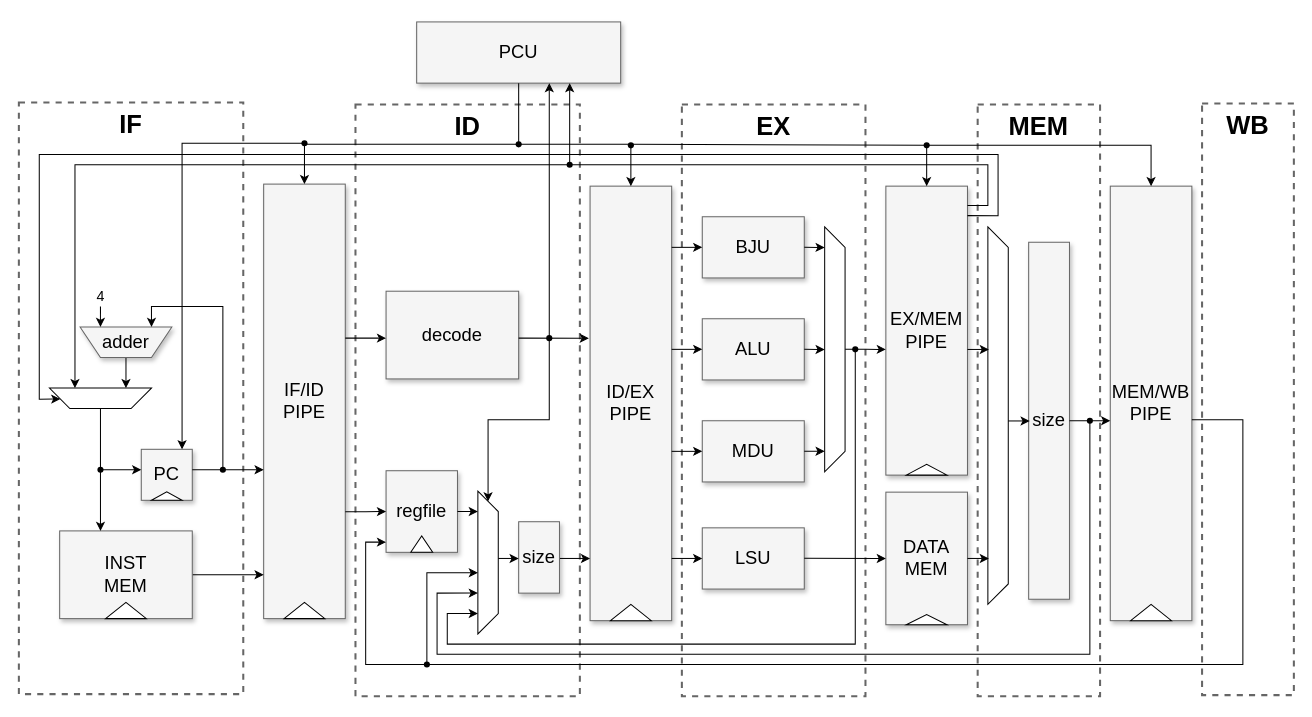
chms7/k423 keeps this draw.io diagram as doc/.assets/k423.drawio. Above is the earlier version. Source tidied: cells renumbered, new cells numbered last; positions are measured from the earlier drawing's top-left corner, leaving out a move shared by most shapes. Both pictures are drawn from the tidied source at 102%, with x=0, y=0 at pixel (18, 21).
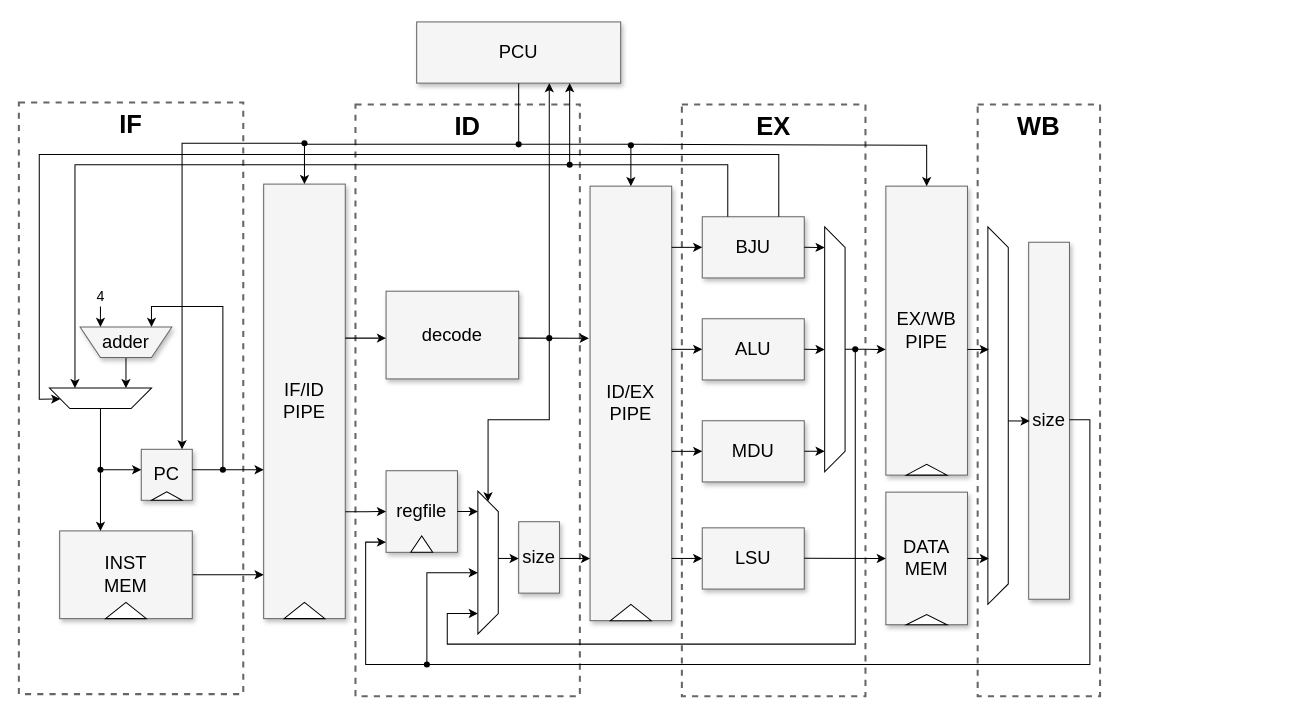
After the change.

Unchanged cells that the change refers to:
```xml
<mxCell id="22" style="shape=trapezoid;perimeter=trapezoidPerimeter;whiteSpace=wrap;html=1;fixedSize=1;fontSize=12;fillColor=default;strokeColor=default;shadow=0;direction=west;" parent="1" vertex="1">
  <mxGeometry x="30" y="359" width="100" height="20" as="geometry" />
</mxCell>
<mxCell id="35" style="shape=trapezoid;perimeter=trapezoidPerimeter;whiteSpace=wrap;html=1;fixedSize=1;fontSize=12;fillColor=default;strokeColor=default;shadow=0;direction=south;" parent="1" vertex="1">
  <mxGeometry x="450" y="460" width="20" height="140" as="geometry" />
</mxCell>
<mxCell id="39" value="BJU" style="whiteSpace=wrap;html=1;shadow=1;fontSize=18;fillColor=#f5f5f5;strokeColor=#666666;" parent="1" vertex="1">
  <mxGeometry x="670" y="191" width="100" height="60" as="geometry" />
</mxCell>
<mxCell id="52" style="group;" parent="1" vertex="1">
  <mxGeometry x="850" y="161" width="80" height="283.3" as="geometry" />
</mxCell>
<mxCell id="66" value="size" style="whiteSpace=wrap;html=1;shadow=1;fontSize=18;fillColor=#f5f5f5;strokeColor=#666666;" parent="1" vertex="1">
  <mxGeometry x="990" y="216" width="40" height="350" as="geometry" />
</mxCell>
```

What changed in the source:
```diff
@@
-    <mxCell id="2" value="&lt;b style=&quot;font-size: 25px;&quot;&gt;WB&lt;br&gt;&lt;br&gt;&lt;br&gt;&lt;br&gt;&lt;br&gt;&lt;br&gt;&lt;br&gt;&lt;br&gt;&lt;br&gt;&lt;br&gt;&lt;br&gt;&lt;br&gt;&lt;br&gt;&lt;br&gt;&lt;br&gt;&lt;br&gt;&lt;br&gt;&lt;br&gt;&lt;br&gt;&lt;/b&gt;" style="whiteSpace=wrap;html=1;shadow=0;fontSize=20;fillColor=none;strokeColor=#666666;strokeWidth=2;dashed=1;" parent="1" vertex="1">
-      <mxGeometry x="1160" y="80" width="90" height="580" as="geometry" />
-    </mxCell>
-    <mxCell id="3" value="&lt;b style=&quot;font-size: 25px;&quot;&gt;MEM&lt;br&gt;&lt;br&gt;&lt;br&gt;&lt;br&gt;&lt;br&gt;&lt;br&gt;&lt;br&gt;&lt;br&gt;&lt;br&gt;&lt;br&gt;&lt;br&gt;&lt;br&gt;&lt;br&gt;&lt;br&gt;&lt;br&gt;&lt;br&gt;&lt;br&gt;&lt;br&gt;&lt;br&gt;&lt;/b&gt;" style="whiteSpace=wrap;html=1;shadow=0;fontSize=20;fillColor=none;strokeColor=#666666;strokeWidth=2;dashed=1;" parent="1" vertex="1">
+    <mxCell id="3" value="&lt;b style=&quot;font-size: 25px;&quot;&gt;WB&lt;br&gt;&lt;br&gt;&lt;br&gt;&lt;br&gt;&lt;br&gt;&lt;br&gt;&lt;br&gt;&lt;br&gt;&lt;br&gt;&lt;br&gt;&lt;br&gt;&lt;br&gt;&lt;br&gt;&lt;br&gt;&lt;br&gt;&lt;br&gt;&lt;br&gt;&lt;br&gt;&lt;br&gt;&lt;/b&gt;" style="whiteSpace=wrap;html=1;shadow=0;fontSize=20;fillColor=none;strokeColor=#666666;strokeWidth=2;dashed=1;" parent="1" vertex="1">
       <mxGeometry x="940" y="81" width="120" height="580" as="geometry" />
     </mxCell>
@@
-    <mxCell id="10" style="group;" parent="1" vertex="1">
-      <mxGeometry x="1070" y="161" width="80" height="503" as="geometry" />
-    </mxCell>
-    <mxCell id="11" value="MEM/WB&lt;br&gt;PIPE" style="whiteSpace=wrap;html=1;shadow=1;fontSize=18;fillColor=#f5f5f5;strokeColor=#666666;" parent="10" vertex="1">
-      <mxGeometry width="80" height="426" as="geometry" />
-    </mxCell>
-    <mxCell id="12" style="triangle;whiteSpace=wrap;html=1;direction=north;" parent="10" vertex="1">
-      <mxGeometry x="20" y="410" width="40" height="16" as="geometry" />
-    </mxCell>
@@
-    <mxCell id="53" value="EX/MEM&lt;br&gt;PIPE" style="whiteSpace=wrap;html=1;shadow=1;fontSize=18;fillColor=#f5f5f5;strokeColor=#666666;" parent="52" vertex="1">
+    <mxCell id="53" value="EX/WB&lt;br&gt;PIPE" style="whiteSpace=wrap;html=1;shadow=1;fontSize=18;fillColor=#f5f5f5;strokeColor=#666666;" parent="52" vertex="1">
       <mxGeometry width="80" height="283.3" as="geometry" />
     </mxCell>
@@
-    <mxCell id="62" style="endArrow=classic;html=1;rounded=0;entryX=0.75;entryY=1;entryDx=0;entryDy=0;exitX=1;exitY=0.067;exitDx=0;exitDy=0;exitPerimeter=0;" parent="1" edge="1" source="53" target="22">
+    <mxCell id="62" style="endArrow=classic;html=1;rounded=0;exitX=0.25;exitY=0;exitDx=0;exitDy=0;entryX=0.75;entryY=1;entryDx=0;entryDy=0;" parent="1" edge="1" source="39" target="22">
       <mxGeometry relative="1" as="geometry">
         <Array as="points">
-          <mxPoint x="950" y="180" />
-          <mxPoint x="950" y="140" />
+          <mxPoint x="695" y="140" />
           <mxPoint x="55" y="140" />
         </Array>
       </mxGeometry>
     </mxCell>
-    <mxCell id="63" style="endArrow=classic;html=1;rounded=0;exitX=1;exitY=0.102;exitDx=0;exitDy=0;exitPerimeter=0;" parent="1" edge="1" source="53" target="22">
+    <mxCell id="63" style="endArrow=classic;html=1;rounded=0;exitX=0.75;exitY=0;exitDx=0;exitDy=0;" parent="1" edge="1" source="39" target="22">
       <mxGeometry relative="1" as="geometry">
         <Array as="points">
-          <mxPoint x="960" y="190" />
-          <mxPoint x="960" y="130" />
+          <mxPoint x="745" y="130" />
           <mxPoint x="20" y="130" />
           <mxPoint x="20" y="370" />
         </Array>
       </mxGeometry>
     </mxCell>
@@
-    <mxCell id="69" style="endArrow=classic;html=1;rounded=0;exitX=0.5;exitY=0;exitDx=0;exitDy=0;" parent="1" edge="1">
-      <mxGeometry relative="1" as="geometry">
-        <mxPoint x="1030" y="391" as="sourcePoint" />
-        <mxPoint x="1070" y="391" as="targetPoint" />
-      </mxGeometry>
-    </mxCell>
-    <mxCell id="70" style="endArrow=classic;html=1;rounded=0;entryX=0.714;entryY=1;entryDx=0;entryDy=0;entryPerimeter=0;" parent="1" edge="1" target="35">
-      <mxGeometry relative="1" as="geometry">
-        <mxPoint x="1050" y="390" as="sourcePoint" />
-        <Array as="points">
-          <mxPoint x="1050" y="620" />
-          <mxPoint x="410" y="620" />
-          <mxPoint x="410" y="560" />
-        </Array>
-      </mxGeometry>
-    </mxCell>
-    <mxCell id="71" style="endArrow=classic;html=1;rounded=0;" parent="1" edge="1">
+    <mxCell id="71" style="endArrow=classic;html=1;rounded=0;exitX=1;exitY=0.497;exitDx=0;exitDy=0;exitPerimeter=0;" parent="1" edge="1" source="66">
       <mxGeometry relative="1" as="geometry">
-        <mxPoint x="1150" y="390" as="sourcePoint" />
         <mxPoint x="450" y="540" as="targetPoint" />
         <Array as="points">
-          <mxPoint x="1200" y="390" />
-          <mxPoint x="1200" y="630" />
+          <mxPoint x="1050" y="390" />
+          <mxPoint x="1050" y="630" />
           <mxPoint x="400" y="630" />
           <mxPoint x="400" y="540" />
         </Array>
       </mxGeometry>
     </mxCell>
@@
-    <mxCell id="81" style="endArrow=classic;html=1;rounded=0;entryX=0.5;entryY=0;entryDx=0;entryDy=0;" parent="1" edge="1" target="11">
-      <mxGeometry relative="1" as="geometry">
-        <mxPoint x="890" y="121" as="sourcePoint" />
-        <Array as="points">
-          <mxPoint x="1110" y="121" />
-        </Array>
-      </mxGeometry>
-    </mxCell>
@@
-    <mxCell id="86" style="shape=waypoint;sketch=0;fillStyle=solid;size=6;fillColor=none;perimeter=centerPerimeter;" parent="1" vertex="1">
-      <mxGeometry x="880" y="111" width="20" height="20" as="geometry" />
-    </mxCell>
@@
-    <mxCell id="93" style="shape=waypoint;sketch=0;fillStyle=solid;size=6;fillColor=none;perimeter=centerPerimeter;" parent="1" vertex="1">
-      <mxGeometry x="1040" y="381" width="20" height="20" as="geometry" />
-    </mxCell>
```
